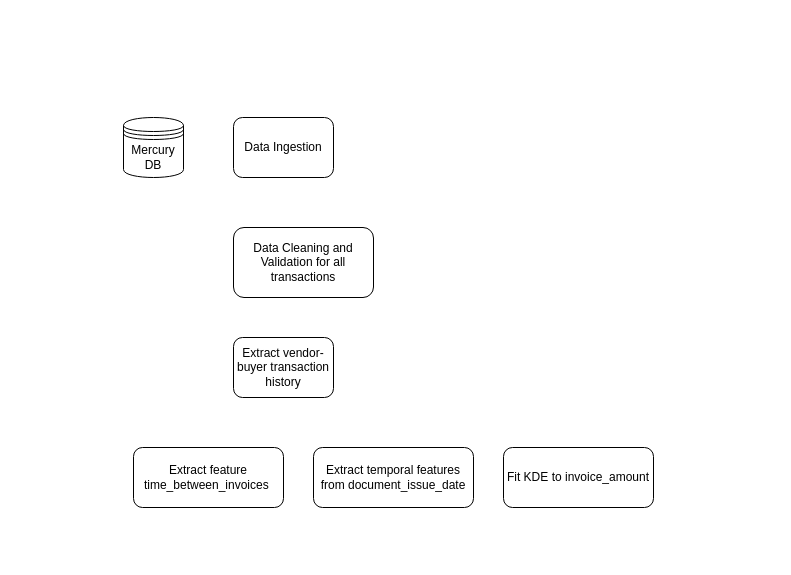
Above: Untitled Diagram.drawio in sjster/draw.io (draw.io), before the change. Source tidied: cells renumbered, new cells numbered last; positions are measured from the earlier drawing's top-left corner, leaving out a move shared by most shapes. Both pictures are drawn from the tidied source at 100%, with x=0, y=0 at pixel (123, 117). Pictures stored in the file or linked from it are replaced by grey dashed boxes.
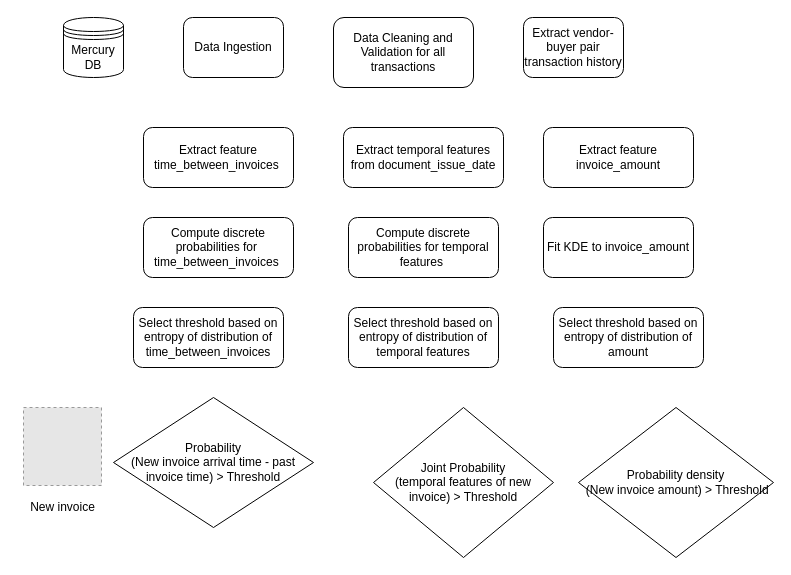
After the change.

Change to the diagram source:
```diff
@@
 <mxGraphModel>
   <root>
     <mxCell id="0" />
     <mxCell id="1" parent="0" />
     <mxCell id="2" value="Data Ingestion" style="rounded=1;whiteSpace=wrap;html=1;" parent="1" vertex="1">
-      <mxGeometry x="110" width="100" height="60" as="geometry" />
+      <mxGeometry x="60" y="-100" width="100" height="60" as="geometry" />
     </mxCell>
     <mxCell id="3" value="Mercury DB" style="shape=datastore;whiteSpace=wrap;html=1;" parent="1" vertex="1">
-      <mxGeometry width="60" height="60" as="geometry" />
+      <mxGeometry x="-60" y="-100" width="60" height="60" as="geometry" />
     </mxCell>
     <mxCell id="4" value="Data Cleaning and Validation for all transactions" style="rounded=1;whiteSpace=wrap;html=1;" parent="1" vertex="1">
-      <mxGeometry x="110" y="110" width="140" height="70" as="geometry" />
+      <mxGeometry x="210" y="-100" width="140" height="70" as="geometry" />
     </mxCell>
-    <mxCell id="5" value="Extract vendor-buyer transaction history" style="rounded=1;whiteSpace=wrap;html=1;" parent="1" vertex="1">
-      <mxGeometry x="110" y="220" width="100" height="60" as="geometry" />
+    <mxCell id="5" value="Extract vendor-buyer pair transaction history" style="rounded=1;whiteSpace=wrap;html=1;" parent="1" vertex="1">
+      <mxGeometry x="400" y="-100" width="100" height="60" as="geometry" />
     </mxCell>
     <mxCell id="6" value="Extract feature time_between_invoices&amp;nbsp;" style="rounded=1;whiteSpace=wrap;html=1;" parent="1" vertex="1">
-      <mxGeometry x="10" y="330" width="150" height="60" as="geometry" />
+      <mxGeometry x="20" y="10" width="150" height="60" as="geometry" />
     </mxCell>
     <mxCell id="7" value="Extract temporal features from document_issue_date" style="rounded=1;whiteSpace=wrap;html=1;" parent="1" vertex="1">
-      <mxGeometry x="190" y="330" width="160" height="60" as="geometry" />
+      <mxGeometry x="220" y="10" width="160" height="60" as="geometry" />
     </mxCell>
     <mxCell id="8" value="Fit KDE to invoice_amount" style="rounded=1;whiteSpace=wrap;html=1;" parent="1" vertex="1">
-      <mxGeometry x="380" y="330" width="150" height="60" as="geometry" />
+      <mxGeometry x="420" y="100" width="150" height="60" as="geometry" />
     </mxCell>
+    <mxCell id="9" value="Extract feature invoice_amount" style="rounded=1;whiteSpace=wrap;html=1;" parent="1" vertex="1">
+      <mxGeometry x="420" y="10" width="150" height="60" as="geometry" />
+    </mxCell>
+    <mxCell id="10" value="Compute discrete probabilities for&amp;nbsp; time_between_invoices&amp;nbsp;" style="rounded=1;whiteSpace=wrap;html=1;" parent="1" vertex="1">
+      <mxGeometry x="20" y="100" width="150" height="60" as="geometry" />
+    </mxCell>
+    <mxCell id="11" value="Compute discrete probabilities for temporal features&amp;nbsp;" style="rounded=1;whiteSpace=wrap;html=1;" parent="1" vertex="1">
+      <mxGeometry x="225" y="100" width="150" height="60" as="geometry" />
+    </mxCell>
+    <mxCell id="12" value="Select threshold based on entropy of distribution of time_between_invoices" style="rounded=1;whiteSpace=wrap;html=1;" parent="1" vertex="1">
+      <mxGeometry x="10" y="190" width="150" height="60" as="geometry" />
+    </mxCell>
+    <mxCell id="13" value="Select threshold based on entropy of distribution of temporal features" style="rounded=1;whiteSpace=wrap;html=1;" parent="1" vertex="1">
+      <mxGeometry x="225" y="190" width="150" height="60" as="geometry" />
+    </mxCell>
+    <mxCell id="14" value="Select threshold based on entropy of distribution of amount" style="rounded=1;whiteSpace=wrap;html=1;" parent="1" vertex="1">
+      <mxGeometry x="430" y="190" width="150" height="60" as="geometry" />
+    </mxCell>
+    <mxCell id="15" value="Probability&lt;br&gt;(New invoice arrival time - past invoice time) &amp;gt; Threshold" style="rhombus;whiteSpace=wrap;html=1;" parent="1" vertex="1">
+      <mxGeometry x="-10" y="280" width="200" height="130" as="geometry" />
+    </mxCell>
+    <mxCell id="16" value="Joint Probability&lt;br&gt;(temporal features of new invoice) &amp;gt; Threshold" style="rhombus;whiteSpace=wrap;html=1;" parent="1" vertex="1">
+      <mxGeometry x="250" y="290" width="180" height="150" as="geometry" />
+    </mxCell>
+    <mxCell id="17" value="Probability density&lt;br&gt;&amp;nbsp;(New invoice amount) &amp;gt; Threshold" style="rhombus;whiteSpace=wrap;html=1;" parent="1" vertex="1">
+      <mxGeometry x="455" y="290" width="195" height="150" as="geometry" />
+    </mxCell>
+    <mxCell id="18" style="fillColor=#E6E6E6;strokeColor=#999999;dashed=1;html=1;verticalAlign=top;verticalLabelPosition=bottom;labelBackgroundColor=#ffffff;" parent="1" vertex="1">
+      <mxGeometry x="-100" y="290" width="78" height="78" as="geometry" />
+    </mxCell>
+    <mxCell id="19" value="New invoice" style="text;html=1;align=center;verticalAlign=middle;strokeColor=none;fillColor=none;" parent="1" vertex="1">
+      <mxGeometry x="-106" y="375" width="90" height="30" as="geometry" />
+    </mxCell>
   </root>
 </mxGraphModel>
```
